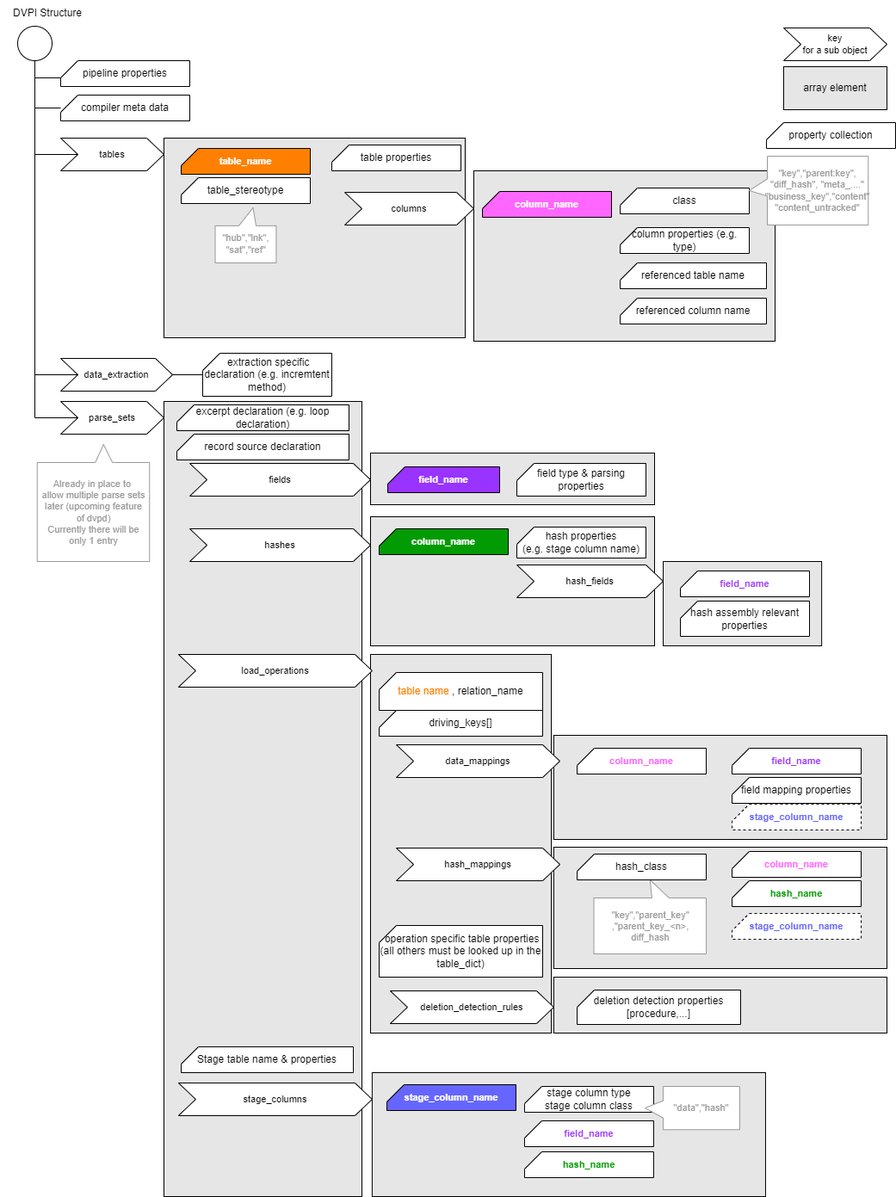
Earlier version of the draw.io export documentation/images/DVPI_structure.drawio.png (cimt-ag/data_vault_pipelinedescription). Source tidied: cells renumbered, new cells last; positions are measured from the earlier drawing's top-left corner, leaving out a move shared by most shapes.
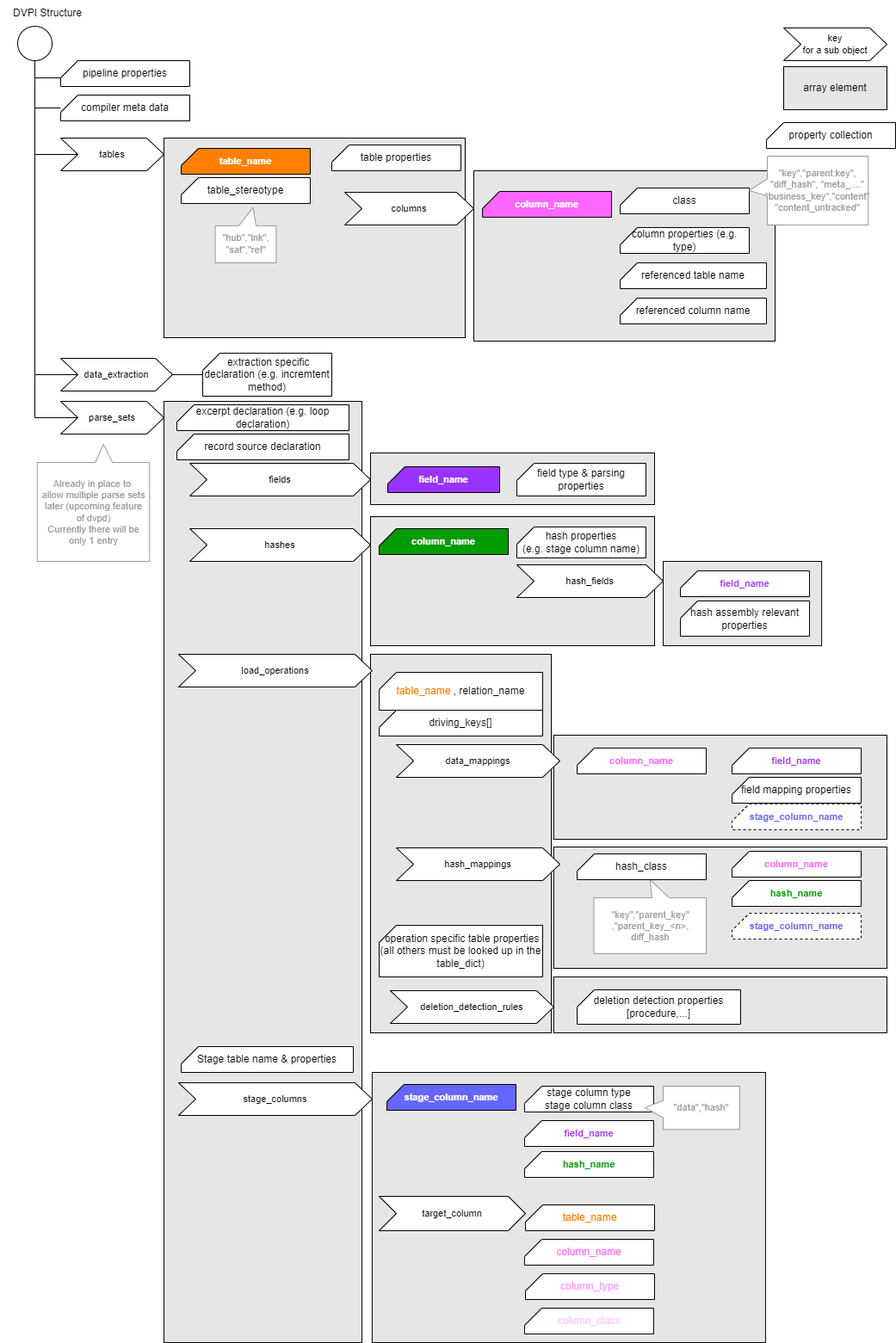
Later version of the same file.

Change to the diagram source:
```diff
@@ -6,7 +6,7 @@
       <mxGeometry x="642.9" y="1135" width="387.1" height="65" as="geometry" />
     </mxCell>
     <mxCell id="3" style="rounded=0;whiteSpace=wrap;html=1;fillColor=#E6E6E6;" parent="1" vertex="1">
-      <mxGeometry x="431.9" y="1246" width="457.1" height="144" as="geometry" />
+      <mxGeometry x="431.9" y="1246" width="457.1" height="314" as="geometry" />
     </mxCell>
     <mxCell id="4" style="rounded=0;whiteSpace=wrap;html=1;fillColor=#E6E6E6;" parent="1" vertex="1">
       <mxGeometry x="642.9" y="984" width="387.1" height="141" as="geometry" />
@@ -30,7 +30,7 @@
       <mxGeometry width="110" height="30" as="geometry" />
     </mxCell>
     <mxCell id="11" style="rounded=0;whiteSpace=wrap;html=1;fillColor=#E6E6E6;" parent="1" vertex="1">
-      <mxGeometry x="190" y="466" width="230" height="924" as="geometry" />
+      <mxGeometry x="190" y="466" width="230" height="1094" as="geometry" />
     </mxCell>
     <mxCell id="12" style="edgeStyle=orthogonalEdgeStyle;shape=connector;rounded=0;jettySize=auto;html=1;entryX=0.5;entryY=1;entryDx=0;entryDy=0;entryPerimeter=0;labelBackgroundColor=default;strokeColor=default;fontFamily=Helvetica;fontSize=11;fontColor=default;endArrow=none;endFill=0;" parent="1" edge="1" source="18" target="14">
       <mxGeometry relative="1" as="geometry" />
@@ -123,7 +123,7 @@
     <mxCell id="40" style="rounded=0;whiteSpace=wrap;html=1;fillColor=#E6E6E6;" parent="1" vertex="1">
       <mxGeometry x="430" y="760" width="210" height="440" as="geometry" />
     </mxCell>
-    <mxCell id="41" value="&lt;font color=&quot;#ff8000&quot;&gt;table name&lt;/font&gt;&amp;nbsp;, relation_name" style="verticalLabelPosition=middle;verticalAlign=middle;html=1;shape=card;whiteSpace=wrap;size=20;arcSize=12;labelPosition=center;align=center;" parent="1" vertex="1">
+    <mxCell id="41" value="&lt;font color=&quot;#ff8000&quot;&gt;table_name&lt;/font&gt;&amp;nbsp;, relation_name" style="verticalLabelPosition=middle;verticalAlign=middle;html=1;shape=card;whiteSpace=wrap;size=20;arcSize=12;labelPosition=center;align=center;" parent="1" vertex="1">
       <mxGeometry x="440" y="781" width="190" height="44" as="geometry" />
     </mxCell>
     <mxCell id="42" value="data_mappings" style="shape=step;perimeter=stepPerimeter;whiteSpace=wrap;html=1;fixedSize=1;fontFamily=Helvetica;fontSize=11;fontColor=default;" parent="1" vertex="1">
@@ -231,5 +231,20 @@
     <mxCell id="76" value="&quot;hub&quot;,&quot;lnk&quot;,&lt;br&gt;&quot;sat&quot;,&quot;ref&quot;" style="shape=callout;whiteSpace=wrap;html=1;perimeter=calloutPerimeter;fontFamily=Helvetica;fontSize=11;fontColor=#999999;size=21;position=0.33;direction=west;strokeColor=#999999;position2=0.38;" parent="1" vertex="1">
       <mxGeometry x="249.6" y="240.9" width="70.9" height="64.1" as="geometry" />
     </mxCell>
+    <mxCell id="77" value="target_column" style="shape=step;perimeter=stepPerimeter;whiteSpace=wrap;html=1;fixedSize=1;fontFamily=Helvetica;fontSize=11;fontColor=default;" parent="1" vertex="1">
+      <mxGeometry x="440" y="1390" width="170" height="40" as="geometry" />
+    </mxCell>
+    <mxCell id="78" value="&lt;font color=&quot;#ff8000&quot;&gt;table_name&lt;/font&gt;" style="verticalLabelPosition=middle;verticalAlign=middle;html=1;shape=card;whiteSpace=wrap;size=20;arcSize=12;labelPosition=center;align=center;" parent="1" vertex="1">
+      <mxGeometry x="610" y="1400" width="150" height="30" as="geometry" />
+    </mxCell>
+    <mxCell id="79" value="&lt;font color=&quot;#ff66ff&quot;&gt;column_name&lt;/font&gt;" style="verticalLabelPosition=middle;verticalAlign=middle;html=1;shape=card;whiteSpace=wrap;size=20;arcSize=12;labelPosition=center;align=center;" parent="1" vertex="1">
+      <mxGeometry x="609" y="1440" width="150" height="30" as="geometry" />
+    </mxCell>
+    <mxCell id="80" value="&lt;font color=&quot;#ff99ff&quot;&gt;column_type&lt;/font&gt;" style="verticalLabelPosition=middle;verticalAlign=middle;html=1;shape=card;whiteSpace=wrap;size=20;arcSize=12;labelPosition=center;align=center;" parent="1" vertex="1">
+      <mxGeometry x="610" y="1480" width="150" height="30" as="geometry" />
+    </mxCell>
+    <mxCell id="81" value="&lt;font color=&quot;#ffccff&quot;&gt;column_class&lt;/font&gt;" style="verticalLabelPosition=middle;verticalAlign=middle;html=1;shape=card;whiteSpace=wrap;size=20;arcSize=12;labelPosition=center;align=center;" parent="1" vertex="1">
+      <mxGeometry x="609" y="1520" width="150" height="30" as="geometry" />
+    </mxCell>
   </root>
 </mxGraphModel>
```
